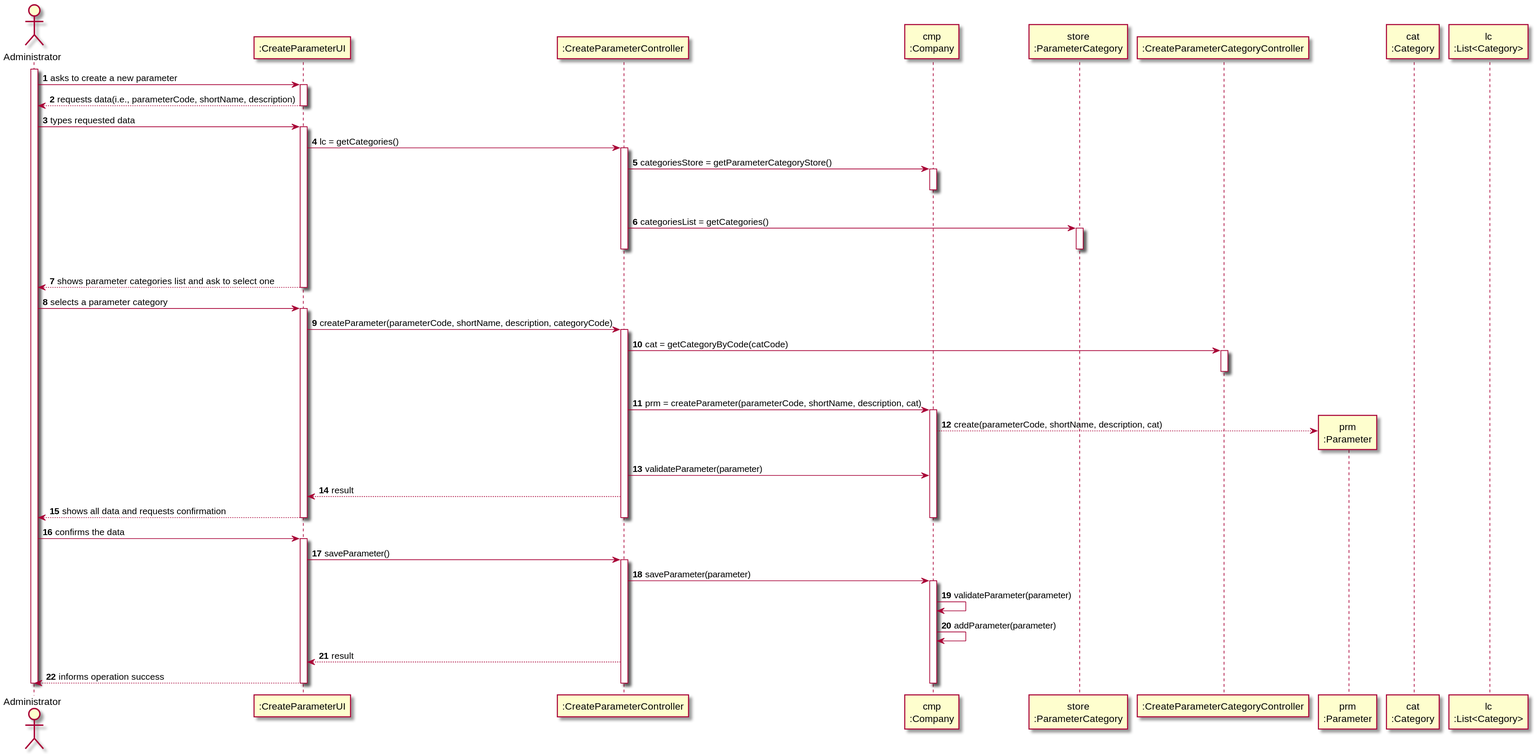
Earlier version of the PlantUML export docs/SprintB/US_10/US010_SD.svg (ana-albergaria/LAPR2-ISEP).
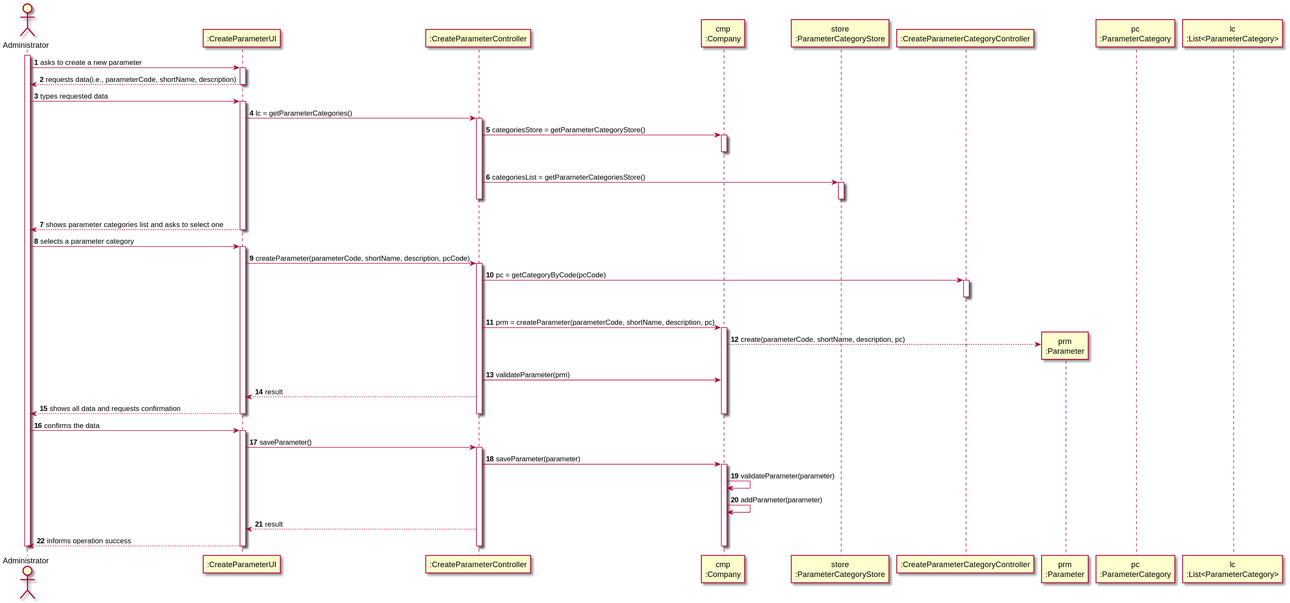
After the change.

Change to the diagram source:
```diff
@@ -5,11 +5,11 @@
 participant ":CreateParameterUI" as UI
 participant ":CreateParameterController" as CTRL
 participant "cmp\n:Company" as CMP
-participant "store\n:ParameterCategory" as store
+participant "store\n:ParameterCategoryStore" as STORE
 participant ":CreateParameterCategoryController" as PCCTRL
 participant "prm\n:Parameter" as PRM
-participant "cat\n:Category" as CAT
-participant "lc\n:List<Category>" as LIST_CAT
+participant "pc\n:ParameterCategory" as PC
+participant "lc\n:List<ParameterCategory>" as LIST_CAT
 
 activate ADM
 ADM -> UI : asks to create a new parameter
@@ -20,41 +20,39 @@
 ADM -> UI : types requested data
 activate UI
 
-UI -> CTRL : lc = getCategories()
+UI -> CTRL : lc = getParameterCategories()
 activate CTRL
 
 CTRL -> CMP : categoriesStore = getParameterCategoryStore()
 activate CMP
 |||
 deactivate CMP
-CTRL -> store : categoriesList = getCategories()
-activate store
+CTRL -> STORE : categoriesList = getParameterCategoriesStore()
+activate STORE
 |||
-deactivate store
+deactivate STORE
 deactivate CTRL
 
-UI --> ADM : shows parameter categories list and ask to select one
+UI --> ADM : shows parameter categories list and asks to select one
 deactivate CMP
 deactivate UI
 
 ADM -> UI : selects a parameter category
 activate UI
 
-UI -> CTRL : createParameter(parameterCode, shortName, description, categoryCode)
+UI -> CTRL : createParameter(parameterCode, shortName, description, pcCode)
 activate CTRL
 
-CTRL -> PCCTRL : cat = getCategoryByCode(catCode)
+CTRL -> PCCTRL : pc = getCategoryByCode(pcCode)
 activate PCCTRL
 |||
 deactivate PCCTRL
 
-
-
-CTRL -> CMP: prm = createParameter(parameterCode, shortName, description, cat)
+CTRL -> CMP: prm = createParameter(parameterCode, shortName, description, pc)
 activate CMP
 
-CMP --> PRM**: create(parameterCode, shortName, description, cat)
-CTRL -> CMP: validateParameter(parameter)
+CMP --> PRM**: create(parameterCode, shortName, description, pc)
+CTRL -> CMP: validateParameter(prm)
 
 CTRL --> UI: result
 
```
